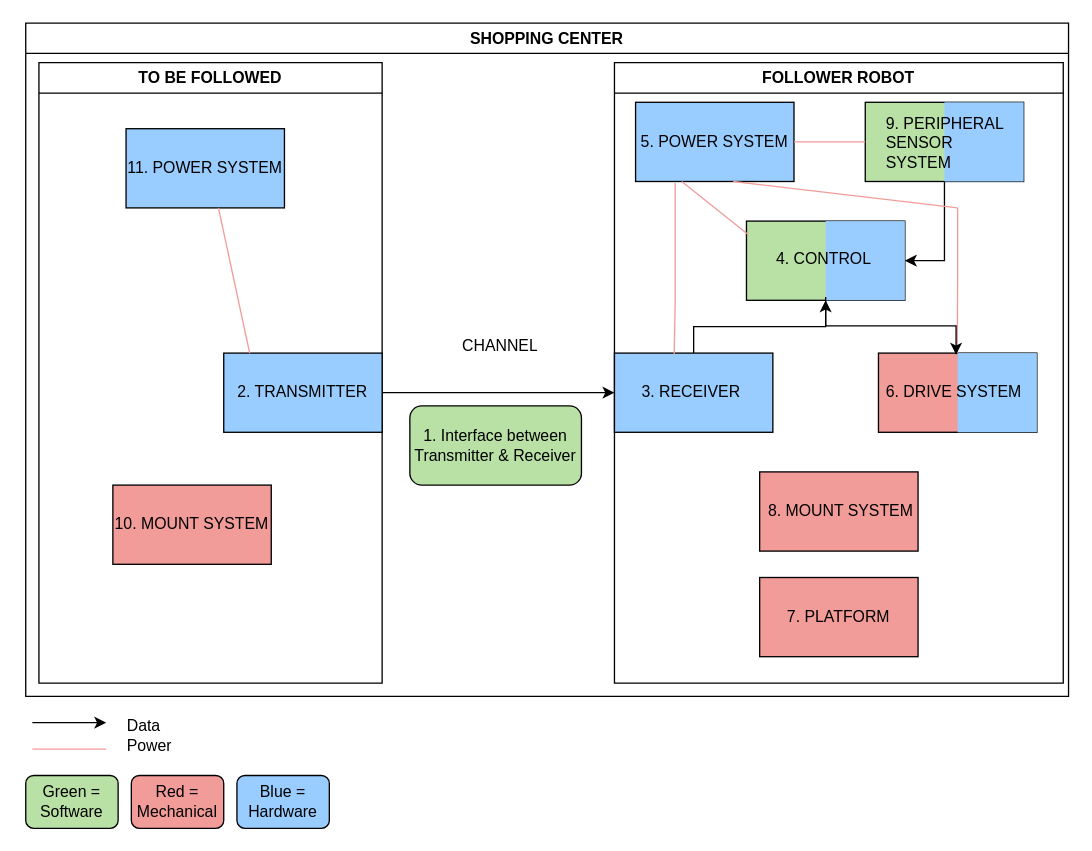
BowieJames/FollowMe keeps this draw.io diagram as page "Page-1" (1 of 4) of diagrams/blockdiagramdesign.drawio. Above is the earlier version. Source tidied: cells renumbered, new cells numbered last; positions are measured from the earlier drawing's top-left corner, leaving out a move shared by most shapes. Both pictures are drawn from the tidied source at 132%, with x=0, y=0 at pixel (25, 22).
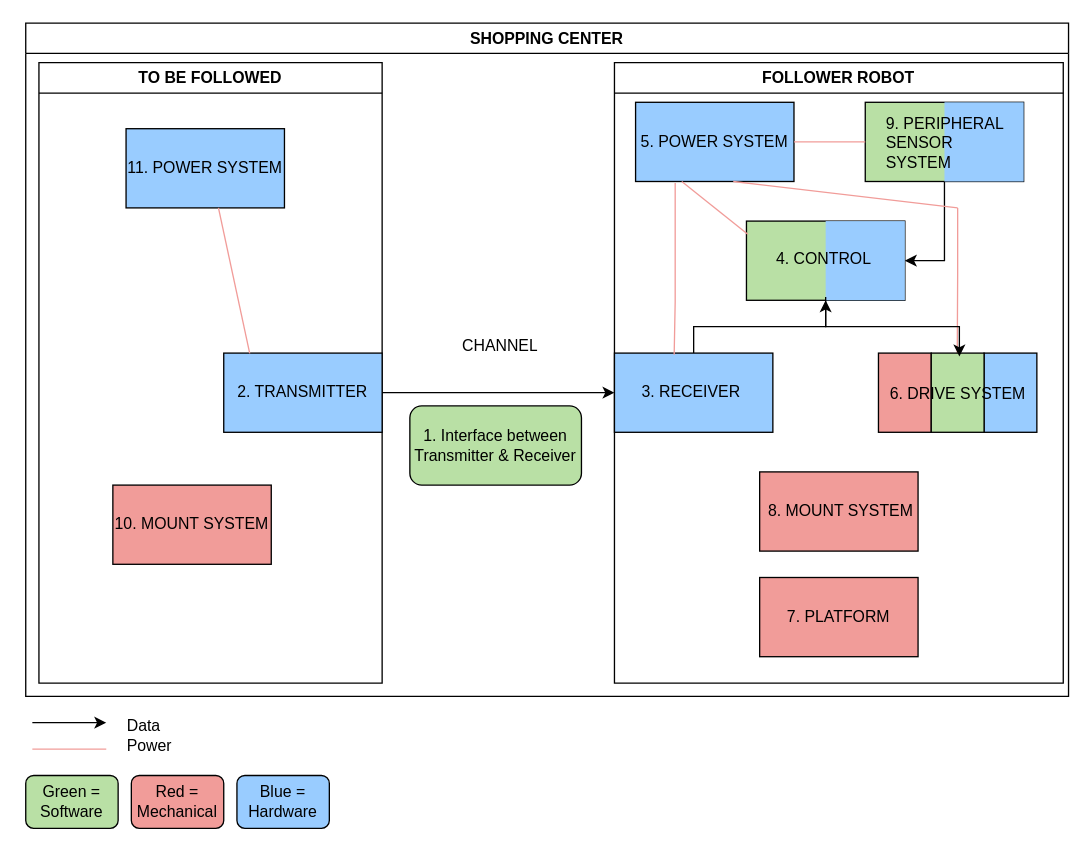
After the change.

The change refers to these unchanged cells:
```xml
<mxCell id="9" value="FOLLOWER ROBOT" style="swimlane;whiteSpace=wrap;html=1;fillColor=none;" parent="2" vertex="1">
  <mxGeometry x="446" y="30" width="340" height="470" as="geometry" />
</mxCell>
<mxCell id="29" value="4. CONTROL&amp;nbsp;" style="text;html=1;align=center;verticalAlign=middle;whiteSpace=wrap;rounded=0;" parent="9" vertex="1">
  <mxGeometry x="112.5" y="120" width="95" height="57.5" as="geometry" />
</mxCell>
```

The edit, as a diff of the source:
```diff
@@
     <mxCell id="16" style="rounded=0;whiteSpace=wrap;html=1;fillColor=#F19C99;" parent="9" vertex="1">
-      <mxGeometry x="200" y="220" width="120" height="60" as="geometry" />
+      <mxGeometry x="200" y="220" width="40" height="60" as="geometry" />
     </mxCell>
@@
-    <mxCell id="26" style="rounded=0;whiteSpace=wrap;html=1;fillColor=#99CCFF;strokeColor=none;" parent="9" vertex="1">
-      <mxGeometry x="260" y="220" width="60" height="60" as="geometry" />
+    <mxCell id="26" style="rounded=0;whiteSpace=wrap;html=1;fillColor=#99CCFF;strokeColor=#000000;" parent="9" vertex="1">
+      <mxGeometry x="280" y="220" width="40" height="60" as="geometry" />
     </mxCell>
@@
-    <mxCell id="28" style="edgeStyle=orthogonalEdgeStyle;rounded=0;jettySize=auto;html=1;" parent="9" edge="1" source="29" target="30">
-      <mxGeometry relative="1" as="geometry" />
-    </mxCell>
+    <mxCell id="39" style="rounded=0;whiteSpace=wrap;html=1;fillColor=#B9E0A5;strokeColor=#000000;" parent="9" vertex="1">
+      <mxGeometry x="240" y="220" width="40" height="60" as="geometry" />
+    </mxCell>
@@
     <mxCell id="30" value="6. DRIVE SYSTEM&amp;nbsp;" style="text;html=1;align=center;verticalAlign=middle;whiteSpace=wrap;rounded=0;" parent="9" vertex="1">
-      <mxGeometry x="200" y="221.2" width="117.5" height="57.5" as="geometry" />
+      <mxGeometry x="202.5" y="222.5" width="117.5" height="57.5" as="geometry" />
     </mxCell>
+    <mxCell id="28" style="edgeStyle=orthogonalEdgeStyle;rounded=0;jettySize=auto;html=1;" parent="9" edge="1" source="29" target="30">
+      <mxGeometry relative="1" as="geometry" />
+    </mxCell>
```
